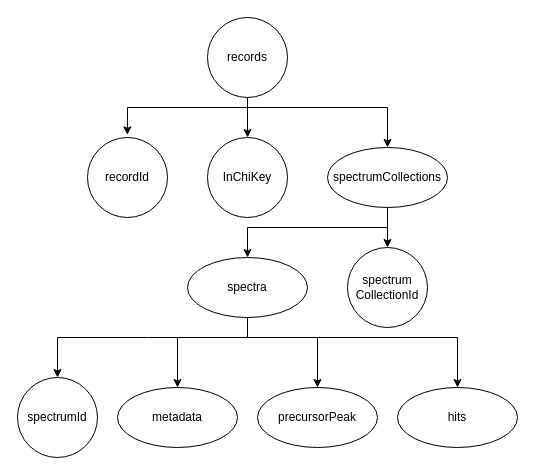
jozef1v/MS_Synthetic_Library keeps this draw.io diagram as Presentation/img/dataStructure.drawio. Above is the earlier version. Source tidied: cells renumbered, new cells numbered last; positions are measured from the earlier drawing's top-left corner, leaving out a move shared by most shapes. Both pictures are drawn from the tidied source at 100%, with x=0, y=0 at pixel (17, 17).
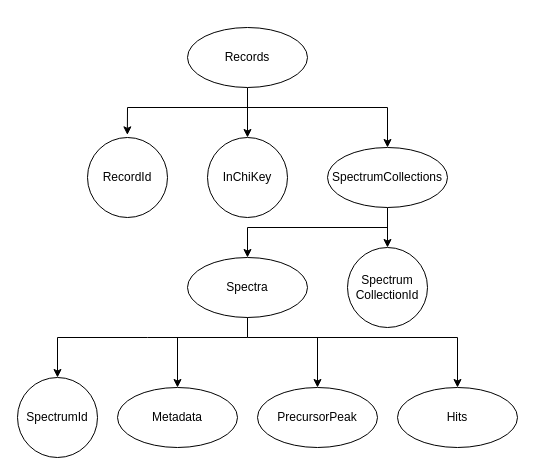
The same diagram, later.

Unchanged cells that the change refers to:
```xml
<mxCell id="5" value="InChiKey" style="ellipse;whiteSpace=wrap;html=1;" parent="1" vertex="1">
  <mxGeometry x="190" y="120" width="80" height="80" as="geometry" />
</mxCell>
```

Change to the diagram source:
```diff
@@
-    <mxCell id="2" style="edgeStyle=orthogonalEdgeStyle;rounded=0;jettySize=auto;html=1;" parent="1" edge="1" source="3" target="5">
+    <mxCell id="2" style="edgeStyle=orthogonalEdgeStyle;rounded=0;jettySize=auto;html=1;exitX=0.5;exitY=1;exitDx=0;exitDy=0;" parent="1" edge="1" source="21" target="5">
       <mxGeometry relative="1" as="geometry" />
     </mxCell>
-    <mxCell id="3" value="records" style="ellipse;whiteSpace=wrap;html=1;" parent="1" vertex="1">
-      <mxGeometry x="190" width="80" height="80" as="geometry" />
-    </mxCell>
-    <mxCell id="4" value="recordId" style="ellipse;whiteSpace=wrap;html=1;" parent="1" vertex="1">
+    <mxCell id="4" value="RecordId" style="ellipse;whiteSpace=wrap;html=1;" parent="1" vertex="1">
       <mxGeometry x="70" y="120" width="80" height="80" as="geometry" />
     </mxCell>
@@
-    <mxCell id="6" value="spectrum&lt;br&gt;CollectionId" style="ellipse;whiteSpace=wrap;html=1;" parent="1" vertex="1">
+    <mxCell id="6" value="Spectrum&lt;br&gt;CollectionId" style="ellipse;whiteSpace=wrap;html=1;" parent="1" vertex="1">
       <mxGeometry x="330" y="230" width="80" height="80" as="geometry" />
     </mxCell>
-    <mxCell id="7" value="spectrumId" style="ellipse;whiteSpace=wrap;html=1;" parent="1" vertex="1">
+    <mxCell id="7" value="SpectrumId" style="ellipse;whiteSpace=wrap;html=1;" parent="1" vertex="1">
       <mxGeometry y="360" width="80" height="80" as="geometry" />
     </mxCell>
@@
-    <mxCell id="9" value="spectrumCollections" style="ellipse;whiteSpace=wrap;html=1;" parent="1" vertex="1">
+    <mxCell id="9" value="SpectrumCollections" style="ellipse;whiteSpace=wrap;html=1;" parent="1" vertex="1">
       <mxGeometry x="310" y="130" width="120" height="60" as="geometry" />
     </mxCell>
-    <mxCell id="10" value="spectra" style="ellipse;whiteSpace=wrap;html=1;" parent="1" vertex="1">
+    <mxCell id="10" value="Spectra" style="ellipse;whiteSpace=wrap;html=1;" parent="1" vertex="1">
       <mxGeometry x="170" y="240" width="120" height="60" as="geometry" />
     </mxCell>
-    <mxCell id="11" value="metadata" style="ellipse;whiteSpace=wrap;html=1;" parent="1" vertex="1">
+    <mxCell id="11" value="Metadata" style="ellipse;whiteSpace=wrap;html=1;" parent="1" vertex="1">
       <mxGeometry x="100" y="370" width="120" height="60" as="geometry" />
     </mxCell>
-    <mxCell id="12" value="precursorPeak" style="ellipse;whiteSpace=wrap;html=1;" parent="1" vertex="1">
+    <mxCell id="12" value="PrecursorPeak" style="ellipse;whiteSpace=wrap;html=1;" parent="1" vertex="1">
       <mxGeometry x="240" y="370" width="120" height="60" as="geometry" />
     </mxCell>
-    <mxCell id="13" value="hits" style="ellipse;whiteSpace=wrap;html=1;" parent="1" vertex="1">
+    <mxCell id="13" value="Hits" style="ellipse;whiteSpace=wrap;html=1;" parent="1" vertex="1">
       <mxGeometry x="380" y="370" width="120" height="60" as="geometry" />
     </mxCell>
@@
+    <mxCell id="21" value="Records" style="ellipse;whiteSpace=wrap;html=1;" parent="1" vertex="1">
+      <mxGeometry x="170" y="10" width="120" height="60" as="geometry" />
+    </mxCell>
```
